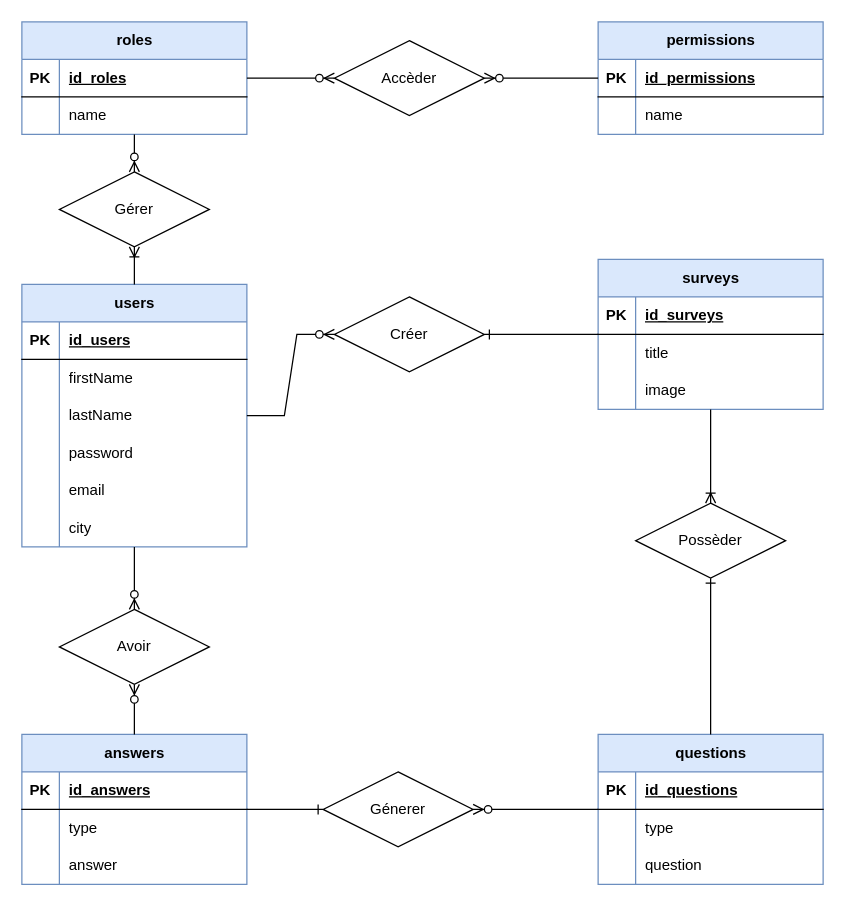
Earlier version of the draw.io diagram doc/TPI-MCD.drawio (Robi2004/survey). Source tidied: cells renumbered, new cells numbered last; positions are measured from the earlier drawing's top-left corner, leaving out a move shared by most shapes. Both pictures are drawn from the tidied source at 125%, with x=0, y=0 at pixel (21, 21).
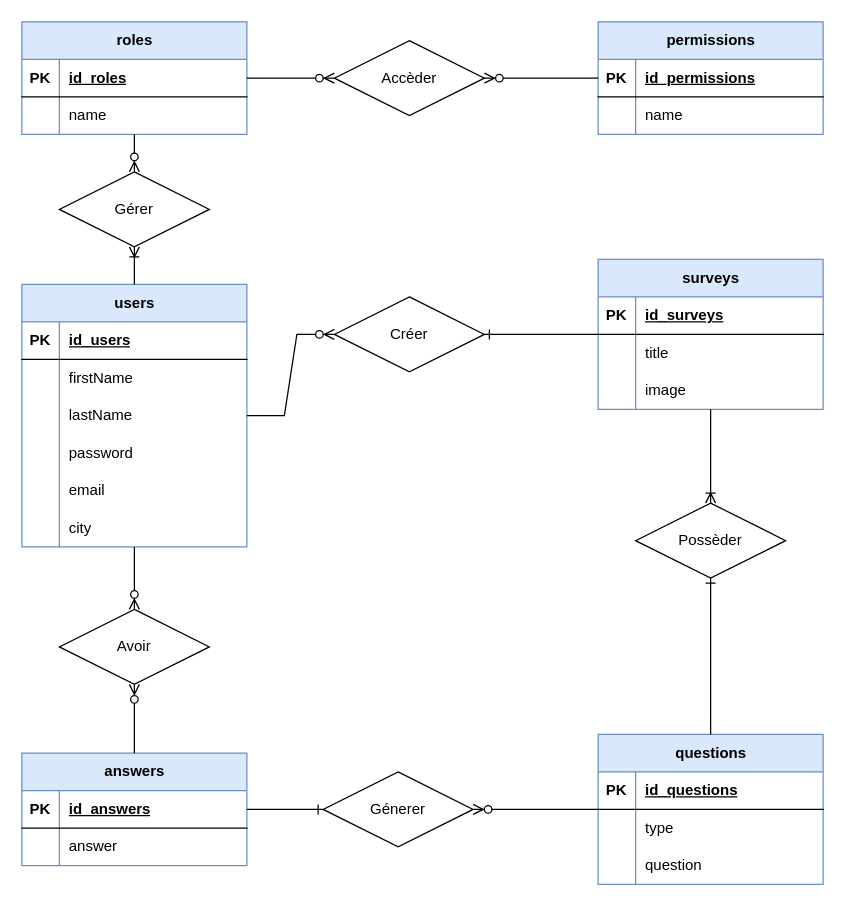
After the change.

The edit, as a diff of the source:
```diff
@@
     <mxCell id="33" value="answers" style="shape=table;startSize=30;childLayout=tableLayout;rowLines=0;fontStyle=1;align=center;html=1;fillColor=#dae8fc;strokeColor=#6c8ebf;" parent="1" vertex="1">
-      <mxGeometry y="570" width="180" height="120" as="geometry" />
+      <mxGeometry y="585" width="180" height="90" as="geometry" />
     </mxCell>
@@
-    <mxCell id="37" style="shape=tableRow;horizontal=0;startSize=0;swimlaneHead=0;swimlaneBody=0;fillColor=none;top=0;left=0;right=0;bottom=0;" parent="33" vertex="1">
-      <mxGeometry y="60" width="180" height="30" as="geometry" />
-    </mxCell>
-    <mxCell id="38" style="shape=partialRectangle;fillColor=none;top=0;left=0;bottom=0;right=0;overflow=hidden;whiteSpace=wrap;html=1;" parent="37" vertex="1">
-      <mxGeometry width="30" height="30" as="geometry" />
-    </mxCell>
-    <mxCell id="39" value="type" style="shape=partialRectangle;fillColor=none;top=0;left=0;bottom=0;right=0;align=left;spacingLeft=6;overflow=hidden;whiteSpace=wrap;html=1;" parent="37" vertex="1">
-      <mxGeometry x="30" width="150" height="30" as="geometry" />
-    </mxCell>
     <mxCell id="40" style="shape=tableRow;horizontal=0;startSize=0;swimlaneHead=0;swimlaneBody=0;fillColor=none;top=0;left=0;right=0;bottom=0;" parent="33" vertex="1">
-      <mxGeometry y="90" width="180" height="30" as="geometry" />
+      <mxGeometry y="60" width="180" height="30" as="geometry" />
     </mxCell>
```
